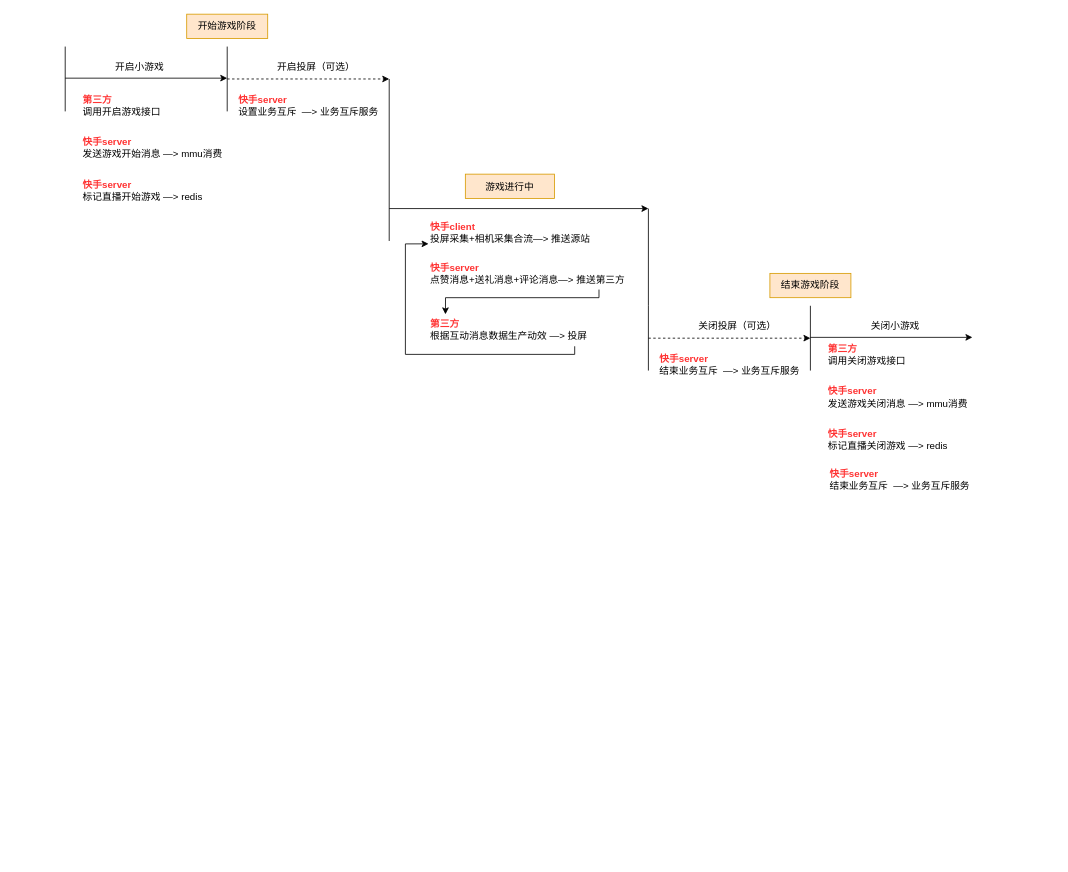
This is 小玩法.drawio from frogcode1024/drawIoFile, a draw.io file, before an edit. Source tidied: cells renumbered, new cells numbered last; positions are measured from the earlier drawing's top-left corner, leaving out a move shared by most shapes. Both pictures are drawn from the tidied source at 81%, with x=0, y=0 at pixel (65, 14).
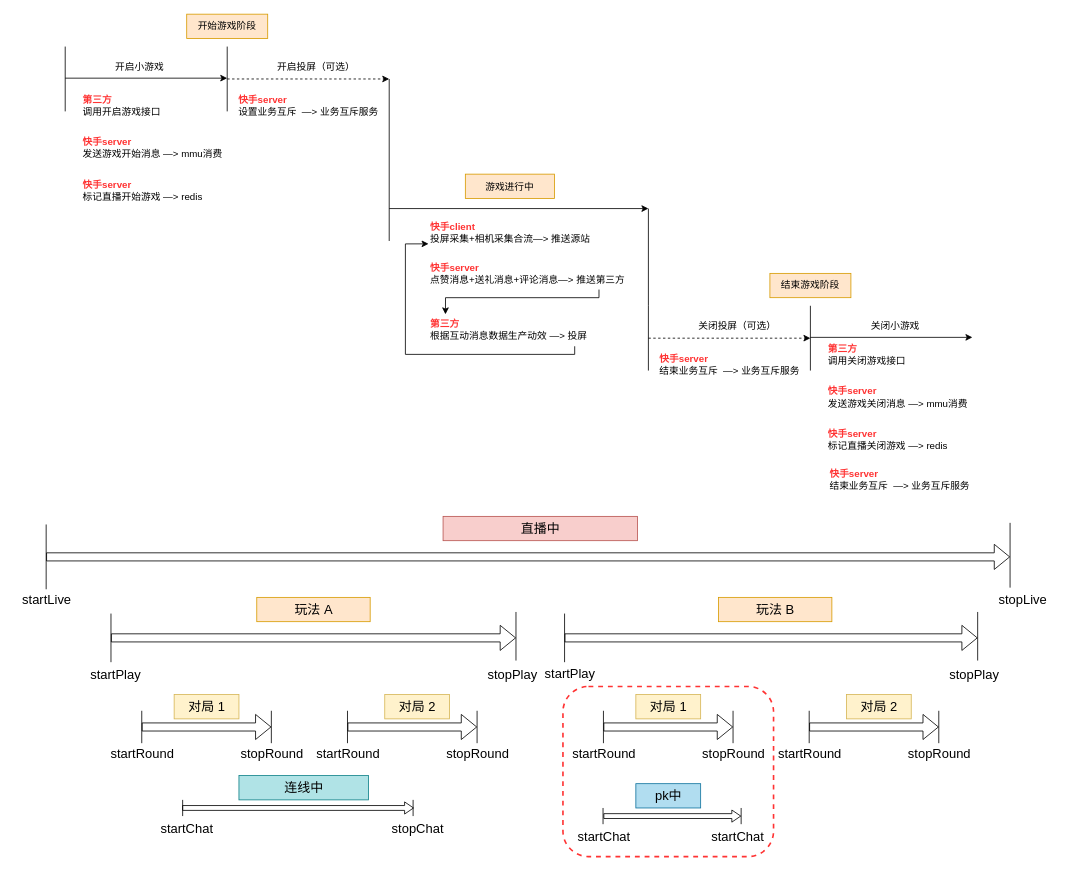
After the change.

Commit message:
更新小玩法.drawio

The edit, as a diff of the source:
```diff
@@
+    <mxCell id="34" style="rounded=1;whiteSpace=wrap;html=1;dashed=1;strokeColor=#FF3333;strokeWidth=2;" parent="1" vertex="1">
+      <mxGeometry x="614.5" y="830" width="260" height="210" as="geometry" />
+    </mxCell>
+    <mxCell id="35" style="endArrow=none;html=1;rounded=0;fontSize=16;" parent="1" edge="1">
+      <mxGeometry x="0.5" y="40" relative="1" as="geometry">
+        <mxPoint x="-23.5" y="710" as="sourcePoint" />
+        <mxPoint x="-23.5" y="630" as="targetPoint" />
+      </mxGeometry>
+    </mxCell>
+    <mxCell id="36" style="endArrow=none;html=1;rounded=0;fontSize=16;" parent="1" edge="1">
+      <mxGeometry relative="1" as="geometry">
+        <mxPoint x="56.5" y="800" as="sourcePoint" />
+        <mxPoint x="56.5" y="740" as="targetPoint" />
+      </mxGeometry>
+    </mxCell>
+    <mxCell id="37" value="直播中" style="text;html=1;strokeColor=#b85450;fillColor=#f8cecc;align=center;verticalAlign=middle;whiteSpace=wrap;rounded=0;fontSize=16;gradientColor=none;" parent="1" vertex="1">
+      <mxGeometry x="466.5" y="620" width="240" height="30" as="geometry" />
+    </mxCell>
+    <mxCell id="38" value="玩法 A" style="text;html=1;strokeColor=#d79b00;fillColor=#ffe6cc;align=center;verticalAlign=middle;whiteSpace=wrap;rounded=0;fontSize=16;" parent="1" vertex="1">
+      <mxGeometry x="236.5" y="720" width="140" height="30" as="geometry" />
+    </mxCell>
+    <mxCell id="39" style="endArrow=none;html=1;rounded=0;fontSize=16;" parent="1" edge="1">
+      <mxGeometry relative="1" as="geometry">
+        <mxPoint x="1166.5" y="708" as="sourcePoint" />
+        <mxPoint x="1166.5" y="628" as="targetPoint" />
+      </mxGeometry>
+    </mxCell>
+    <mxCell id="40" value="startLive" style="text;html=1;align=center;verticalAlign=middle;strokeColor=none;fillColor=none;fontSize=16;" parent="1" vertex="1">
+      <mxGeometry x="-63.5" y="708" width="80" height="30" as="geometry" />
+    </mxCell>
+    <mxCell id="41" value="stopLive" style="text;html=1;align=center;verticalAlign=middle;strokeColor=none;fillColor=none;fontSize=16;" parent="1" vertex="1">
+      <mxGeometry x="1141.5" y="708" width="80" height="30" as="geometry" />
+    </mxCell>
+    <mxCell id="42" style="endArrow=none;html=1;rounded=0;fontSize=16;" parent="1" edge="1">
+      <mxGeometry relative="1" as="geometry">
+        <mxPoint x="556.5" y="798" as="sourcePoint" />
+        <mxPoint x="556.5" y="738" as="targetPoint" />
+      </mxGeometry>
+    </mxCell>
+    <mxCell id="43" value="startPlay" style="text;html=1;align=center;verticalAlign=middle;strokeColor=none;fillColor=none;fontSize=16;" parent="1" vertex="1">
+      <mxGeometry x="16.5" y="800" width="90" height="30" as="geometry" />
+    </mxCell>
+    <mxCell id="44" value="stopPlay" style="text;html=1;align=center;verticalAlign=middle;strokeColor=none;fillColor=none;fontSize=16;" parent="1" vertex="1">
+      <mxGeometry x="511.5" y="800" width="80" height="30" as="geometry" />
+    </mxCell>
+    <mxCell id="45" style="endArrow=none;html=1;rounded=0;fontSize=16;" parent="1" edge="1">
+      <mxGeometry relative="1" as="geometry">
+        <mxPoint x="94.5" y="900" as="sourcePoint" />
+        <mxPoint x="94.5" y="860" as="targetPoint" />
+      </mxGeometry>
+    </mxCell>
+    <mxCell id="46" style="endArrow=none;html=1;rounded=0;fontSize=16;" parent="1" edge="1">
+      <mxGeometry relative="1" as="geometry">
+        <mxPoint x="254.5" y="900" as="sourcePoint" />
+        <mxPoint x="254.5" y="860" as="targetPoint" />
+      </mxGeometry>
+    </mxCell>
+    <mxCell id="47" value="startRound" style="text;html=1;align=center;verticalAlign=middle;strokeColor=none;fillColor=none;fontSize=16;" parent="1" vertex="1">
+      <mxGeometry x="44.5" y="898" width="100" height="30" as="geometry" />
+    </mxCell>
+    <mxCell id="48" value="stopRound" style="text;html=1;align=center;verticalAlign=middle;strokeColor=none;fillColor=none;fontSize=16;" parent="1" vertex="1">
+      <mxGeometry x="204.5" y="898" width="100" height="30" as="geometry" />
+    </mxCell>
+    <mxCell id="49" style="endArrow=none;html=1;rounded=0;fontSize=16;" parent="1" edge="1">
+      <mxGeometry relative="1" as="geometry">
+        <mxPoint x="348.5" y="900" as="sourcePoint" />
+        <mxPoint x="348.5" y="860" as="targetPoint" />
+      </mxGeometry>
+    </mxCell>
+    <mxCell id="50" style="endArrow=none;html=1;rounded=0;fontSize=16;" parent="1" edge="1">
+      <mxGeometry relative="1" as="geometry">
+        <mxPoint x="508.5" y="900" as="sourcePoint" />
+        <mxPoint x="508.5" y="860" as="targetPoint" />
+      </mxGeometry>
+    </mxCell>
+    <mxCell id="51" value="startRound" style="text;html=1;align=center;verticalAlign=middle;strokeColor=none;fillColor=none;fontSize=16;" parent="1" vertex="1">
+      <mxGeometry x="298.5" y="898" width="100" height="30" as="geometry" />
+    </mxCell>
+    <mxCell id="52" value="stopRound" style="text;html=1;align=center;verticalAlign=middle;strokeColor=none;fillColor=none;fontSize=16;" parent="1" vertex="1">
+      <mxGeometry x="458.5" y="898" width="100" height="30" as="geometry" />
+    </mxCell>
+    <mxCell id="53" value="对局 1" style="text;html=1;strokeColor=#d6b656;fillColor=#fff2cc;align=center;verticalAlign=middle;whiteSpace=wrap;rounded=0;fontSize=16;" parent="1" vertex="1">
+      <mxGeometry x="134.5" y="840" width="80" height="30" as="geometry" />
+    </mxCell>
+    <mxCell id="54" value="对局 2" style="text;html=1;strokeColor=#d6b656;fillColor=#fff2cc;align=center;verticalAlign=middle;whiteSpace=wrap;rounded=0;fontSize=16;" parent="1" vertex="1">
+      <mxGeometry x="394.5" y="840" width="80" height="30" as="geometry" />
+    </mxCell>
+    <mxCell id="55" style="endArrow=none;html=1;rounded=0;fontSize=16;" parent="1" edge="1">
+      <mxGeometry relative="1" as="geometry">
+        <mxPoint x="616.5" y="800" as="sourcePoint" />
+        <mxPoint x="616.5" y="740" as="targetPoint" />
+      </mxGeometry>
+    </mxCell>
+    <mxCell id="56" value="玩法 B" style="text;html=1;strokeColor=#d79b00;fillColor=#ffe6cc;align=center;verticalAlign=middle;whiteSpace=wrap;rounded=0;fontSize=16;" parent="1" vertex="1">
+      <mxGeometry x="806.5" y="720" width="140" height="30" as="geometry" />
+    </mxCell>
+    <mxCell id="57" style="endArrow=none;html=1;rounded=0;fontSize=16;" parent="1" edge="1">
+      <mxGeometry relative="1" as="geometry">
+        <mxPoint x="1126.5" y="798" as="sourcePoint" />
+        <mxPoint x="1126.5" y="738" as="targetPoint" />
+      </mxGeometry>
+    </mxCell>
+    <mxCell id="58" value="startPlay" style="text;html=1;align=center;verticalAlign=middle;strokeColor=none;fillColor=none;fontSize=16;" parent="1" vertex="1">
+      <mxGeometry x="577.5" y="799" width="90" height="30" as="geometry" />
+    </mxCell>
+    <mxCell id="59" value="stopPlay" style="text;html=1;align=center;verticalAlign=middle;strokeColor=none;fillColor=none;fontSize=16;" parent="1" vertex="1">
+      <mxGeometry x="1081.5" y="800" width="80" height="30" as="geometry" />
+    </mxCell>
+    <mxCell id="60" style="endArrow=none;html=1;rounded=0;fontSize=16;" parent="1" edge="1">
+      <mxGeometry relative="1" as="geometry">
+        <mxPoint x="664.5" y="900" as="sourcePoint" />
+        <mxPoint x="664.5" y="860" as="targetPoint" />
+      </mxGeometry>
+    </mxCell>
+    <mxCell id="61" style="endArrow=none;html=1;rounded=0;fontSize=16;" parent="1" edge="1">
+      <mxGeometry relative="1" as="geometry">
+        <mxPoint x="824.5" y="900" as="sourcePoint" />
+        <mxPoint x="824.5" y="860" as="targetPoint" />
+      </mxGeometry>
+    </mxCell>
+    <mxCell id="62" value="startRound" style="text;html=1;align=center;verticalAlign=middle;strokeColor=none;fillColor=none;fontSize=16;" parent="1" vertex="1">
+      <mxGeometry x="614.5" y="898" width="100" height="30" as="geometry" />
+    </mxCell>
+    <mxCell id="63" value="stopRound" style="text;html=1;align=center;verticalAlign=middle;strokeColor=none;fillColor=none;fontSize=16;" parent="1" vertex="1">
+      <mxGeometry x="774.5" y="898" width="100" height="30" as="geometry" />
+    </mxCell>
+    <mxCell id="64" style="endArrow=none;html=1;rounded=0;fontSize=16;" parent="1" edge="1">
+      <mxGeometry relative="1" as="geometry">
+        <mxPoint x="918.5" y="900" as="sourcePoint" />
+        <mxPoint x="918.5" y="860" as="targetPoint" />
+      </mxGeometry>
+    </mxCell>
+    <mxCell id="65" style="endArrow=none;html=1;rounded=0;fontSize=16;" parent="1" edge="1">
+      <mxGeometry relative="1" as="geometry">
+        <mxPoint x="1078.5" y="900" as="sourcePoint" />
+        <mxPoint x="1078.5" y="860" as="targetPoint" />
+      </mxGeometry>
+    </mxCell>
+    <mxCell id="66" value="startRound" style="text;html=1;align=center;verticalAlign=middle;strokeColor=none;fillColor=none;fontSize=16;" parent="1" vertex="1">
+      <mxGeometry x="868.5" y="898" width="100" height="30" as="geometry" />
+    </mxCell>
+    <mxCell id="67" value="stopRound" style="text;html=1;align=center;verticalAlign=middle;strokeColor=none;fillColor=none;fontSize=16;" parent="1" vertex="1">
+      <mxGeometry x="1028.5" y="898" width="100" height="30" as="geometry" />
+    </mxCell>
+    <mxCell id="68" value="对局 1" style="text;html=1;strokeColor=#d6b656;fillColor=#fff2cc;align=center;verticalAlign=middle;whiteSpace=wrap;rounded=0;fontSize=16;" parent="1" vertex="1">
+      <mxGeometry x="704.5" y="840" width="80" height="30" as="geometry" />
+    </mxCell>
+    <mxCell id="69" value="对局 2" style="text;html=1;strokeColor=#d6b656;fillColor=#fff2cc;align=center;verticalAlign=middle;whiteSpace=wrap;rounded=0;fontSize=16;" parent="1" vertex="1">
+      <mxGeometry x="964.5" y="840" width="80" height="30" as="geometry" />
+    </mxCell>
+    <mxCell id="70" style="endArrow=none;html=1;rounded=0;fontSize=16;" parent="1" edge="1">
+      <mxGeometry relative="1" as="geometry">
+        <mxPoint x="145" y="990" as="sourcePoint" />
+        <mxPoint x="145" y="970" as="targetPoint" />
+      </mxGeometry>
+    </mxCell>
+    <mxCell id="71" style="endArrow=none;html=1;rounded=0;fontSize=16;" parent="1" edge="1">
+      <mxGeometry relative="1" as="geometry">
+        <mxPoint x="429.5" y="990" as="sourcePoint" />
+        <mxPoint x="429.5" y="970" as="targetPoint" />
+      </mxGeometry>
+    </mxCell>
+    <mxCell id="72" value="startChat" style="text;html=1;align=center;verticalAlign=middle;strokeColor=none;fillColor=none;fontSize=16;" parent="1" vertex="1">
+      <mxGeometry x="104.5" y="990" width="90" height="30" as="geometry" />
+    </mxCell>
+    <mxCell id="73" value="stopChat" style="text;html=1;align=center;verticalAlign=middle;strokeColor=none;fillColor=none;fontSize=16;" parent="1" vertex="1">
+      <mxGeometry x="389.5" y="990" width="90" height="30" as="geometry" />
+    </mxCell>
+    <mxCell id="74" value="连线中" style="text;html=1;strokeColor=#0e8088;fillColor=#b0e3e6;align=center;verticalAlign=middle;whiteSpace=wrap;rounded=0;fontSize=16;" parent="1" vertex="1">
+      <mxGeometry x="214.5" y="940" width="160" height="30" as="geometry" />
+    </mxCell>
+    <mxCell id="75" style="endArrow=none;html=1;rounded=0;fontSize=16;" parent="1" edge="1">
+      <mxGeometry relative="1" as="geometry">
+        <mxPoint x="664" y="1000" as="sourcePoint" />
+        <mxPoint x="664" y="980" as="targetPoint" />
+      </mxGeometry>
+    </mxCell>
+    <mxCell id="76" style="endArrow=none;html=1;rounded=0;fontSize=16;" parent="1" edge="1">
+      <mxGeometry relative="1" as="geometry">
+        <mxPoint x="834.5" y="1000" as="sourcePoint" />
+        <mxPoint x="834.5" y="980" as="targetPoint" />
+      </mxGeometry>
+    </mxCell>
+    <mxCell id="77" value="startChat" style="text;html=1;align=center;verticalAlign=middle;strokeColor=none;fillColor=none;fontSize=16;" parent="1" vertex="1">
+      <mxGeometry x="619.5" y="1000" width="90" height="30" as="geometry" />
+    </mxCell>
+    <mxCell id="78" value="startChat" style="text;html=1;align=center;verticalAlign=middle;strokeColor=none;fillColor=none;fontSize=16;" parent="1" vertex="1">
+      <mxGeometry x="784.5" y="1000" width="90" height="30" as="geometry" />
+    </mxCell>
+    <mxCell id="79" value="pk中" style="text;html=1;strokeColor=#10739e;fillColor=#b1ddf0;align=center;verticalAlign=middle;whiteSpace=wrap;rounded=0;fontSize=16;" parent="1" vertex="1">
+      <mxGeometry x="704.5" y="950" width="80" height="30" as="geometry" />
+    </mxCell>
+    <mxCell id="80" style="shape=flexArrow;endArrow=classic;html=1;rounded=0;" parent="1" edge="1">
+      <mxGeometry relative="1" as="geometry">
+        <mxPoint x="56.5" y="770" as="sourcePoint" />
+        <mxPoint x="556.5" y="770" as="targetPoint" />
+      </mxGeometry>
+    </mxCell>
+    <mxCell id="81" style="shape=flexArrow;endArrow=classic;html=1;rounded=0;" parent="1" edge="1">
+      <mxGeometry relative="1" as="geometry">
+        <mxPoint x="-23.5" y="670" as="sourcePoint" />
+        <mxPoint x="1166.5" y="670" as="targetPoint" />
+      </mxGeometry>
+    </mxCell>
+    <mxCell id="82" style="shape=flexArrow;endArrow=classic;html=1;rounded=0;" parent="1" edge="1">
+      <mxGeometry relative="1" as="geometry">
+        <mxPoint x="616.5" y="770" as="sourcePoint" />
+        <mxPoint x="1126.5" y="770" as="targetPoint" />
+      </mxGeometry>
+    </mxCell>
+    <mxCell id="83" style="shape=flexArrow;endArrow=classic;html=1;rounded=0;" parent="1" edge="1">
+      <mxGeometry relative="1" as="geometry">
+        <mxPoint x="348.5" y="880" as="sourcePoint" />
+        <mxPoint x="508.5" y="880" as="targetPoint" />
+      </mxGeometry>
+    </mxCell>
+    <mxCell id="84" style="shape=flexArrow;endArrow=classic;html=1;rounded=0;" parent="1" edge="1">
+      <mxGeometry relative="1" as="geometry">
+        <mxPoint x="94.5" y="880" as="sourcePoint" />
+        <mxPoint x="254.5" y="880" as="targetPoint" />
+      </mxGeometry>
+    </mxCell>
+    <mxCell id="85" style="shape=flexArrow;endArrow=classic;html=1;rounded=0;" parent="1" edge="1">
+      <mxGeometry relative="1" as="geometry">
+        <mxPoint x="664.5" y="880" as="sourcePoint" />
+        <mxPoint x="824.5" y="880" as="targetPoint" />
+      </mxGeometry>
+    </mxCell>
+    <mxCell id="86" style="shape=flexArrow;endArrow=classic;html=1;rounded=0;" parent="1" edge="1">
+      <mxGeometry relative="1" as="geometry">
+        <mxPoint x="918.5" y="880" as="sourcePoint" />
+        <mxPoint x="1078.5" y="880" as="targetPoint" />
+      </mxGeometry>
+    </mxCell>
+    <mxCell id="87" style="shape=flexArrow;endArrow=classic;html=1;rounded=0;width=6;endSize=3.33;endWidth=8;" parent="1" edge="1">
+      <mxGeometry relative="1" as="geometry">
+        <mxPoint x="144.5" y="980" as="sourcePoint" />
+        <mxPoint x="430.5" y="980" as="targetPoint" />
+      </mxGeometry>
+    </mxCell>
+    <mxCell id="88" style="shape=flexArrow;endArrow=classic;html=1;rounded=0;width=6;endSize=3.33;endWidth=8;" parent="1" edge="1">
+      <mxGeometry relative="1" as="geometry">
+        <mxPoint x="664.5" y="990" as="sourcePoint" />
+        <mxPoint x="834.5" y="990" as="targetPoint" />
+      </mxGeometry>
+    </mxCell>
```
